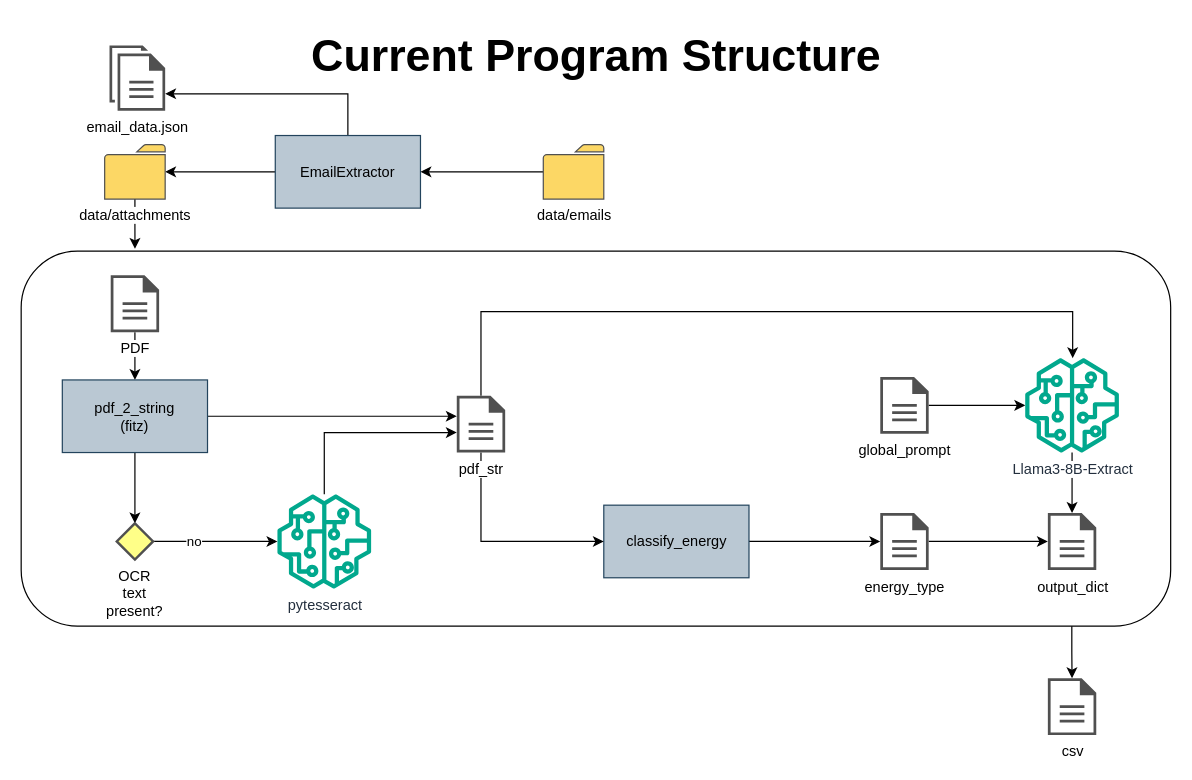
Earlier version of the draw.io diagram page "current_structure" (2 of 2) of documentation/program_structure.drawio (chradden/invoicereadingassistant). Source tidied: cells renumbered, new cells numbered last; positions are measured from the earlier drawing's top-left corner, leaving out a move shared by most shapes. Both pictures are drawn from the tidied source at 121%, with x=0, y=0 at pixel (21, 21).
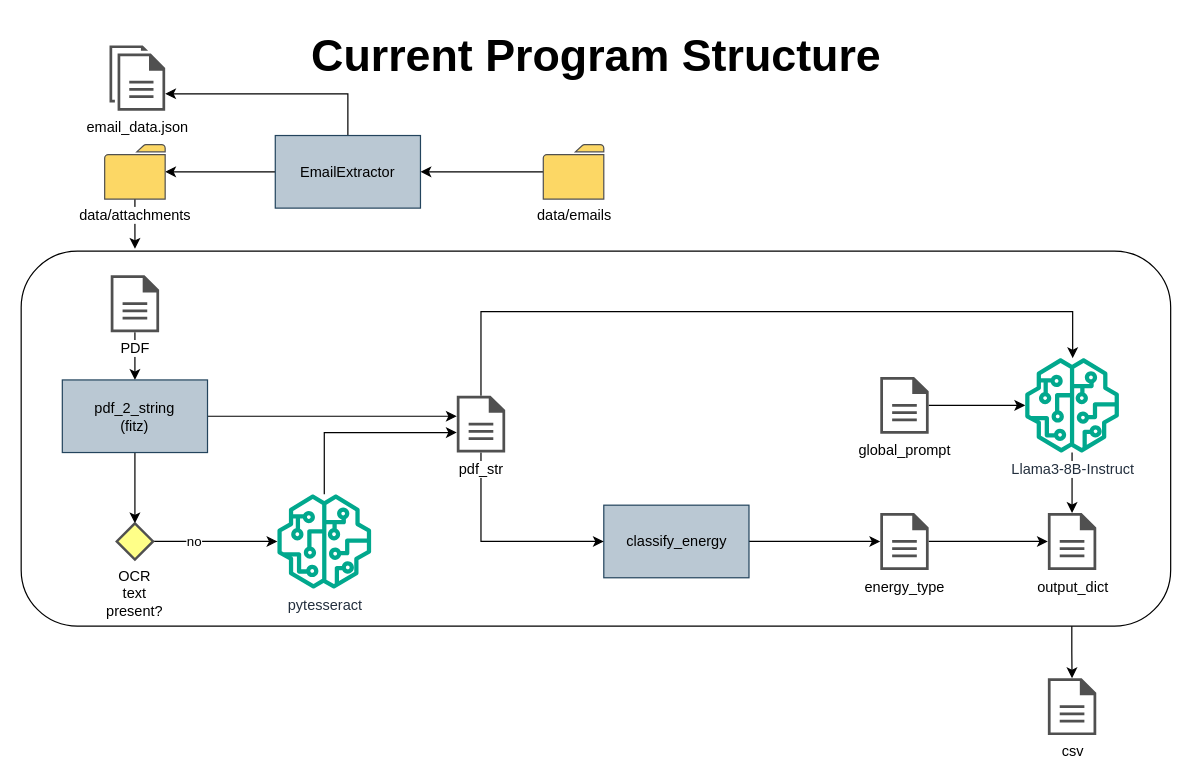
Above is the later version.

Diff of the diagram source:
```diff
@@
-    <mxCell id="26" value="Llama3-8B-Extract" style="sketch=0;outlineConnect=0;fontColor=#232F3E;gradientColor=none;fillColor=#01A88D;strokeColor=none;dashed=0;verticalLabelPosition=bottom;verticalAlign=top;align=center;html=1;fontSize=12;fontStyle=0;shape=mxgraph.aws4.sagemaker_model;labelBackgroundColor=default;" parent="1" vertex="1">
+    <mxCell id="26" value="Llama3-8B-Instruct" style="sketch=0;outlineConnect=0;fontColor=#232F3E;gradientColor=none;fillColor=#01A88D;strokeColor=none;dashed=0;verticalLabelPosition=bottom;verticalAlign=top;align=center;html=1;fontSize=12;fontStyle=0;shape=mxgraph.aws4.sagemaker_model;labelBackgroundColor=default;" parent="1" vertex="1">
       <mxGeometry x="829.5" y="278.5" width="78" height="78" as="geometry" />
     </mxCell>
```
